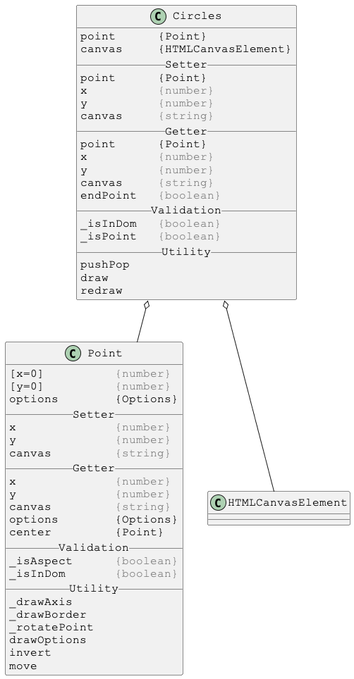
The PlantUML diagram docs/PlantUml/images/linked/Circles-linked.png in Justin-Byrne/canvasLab, before a commit.
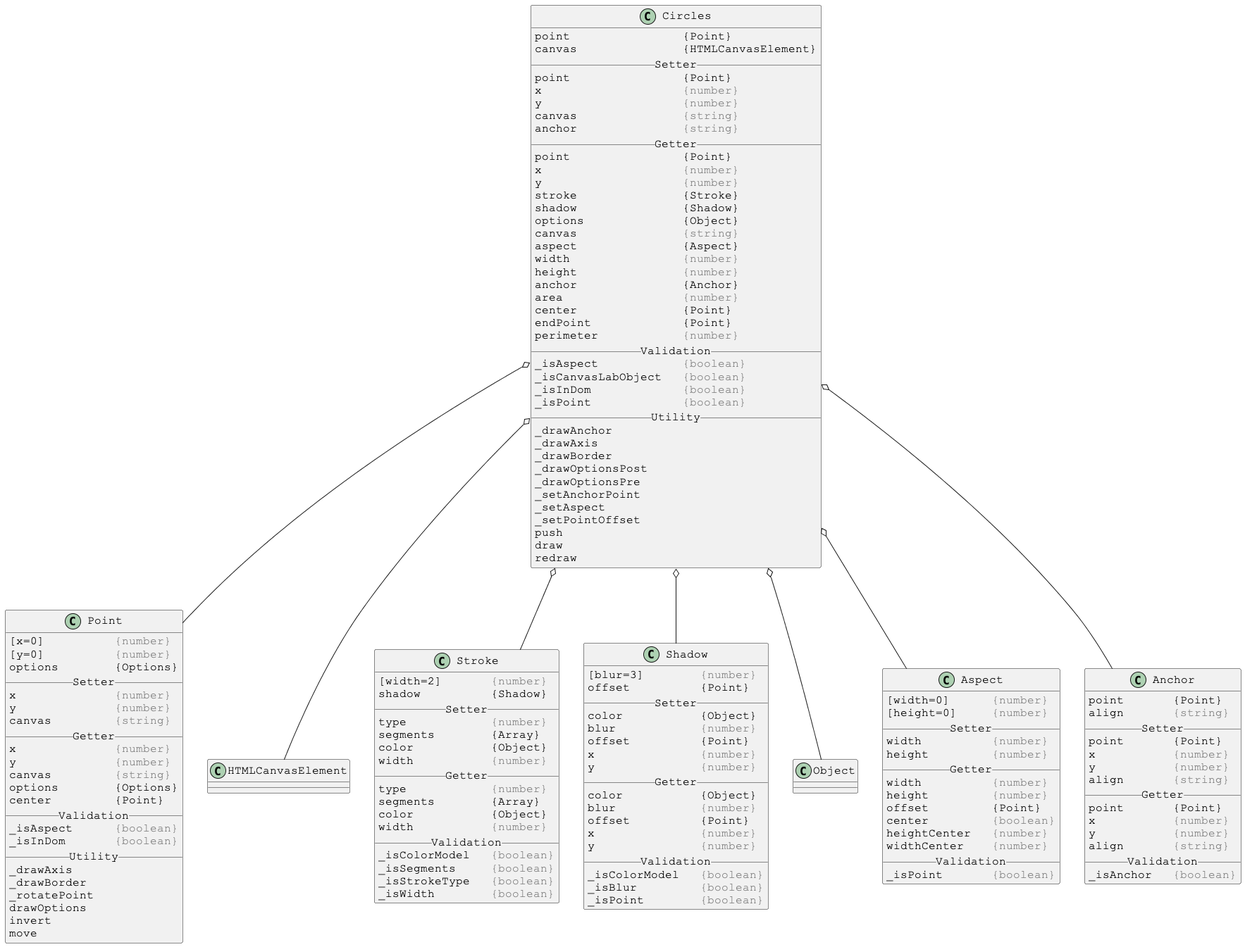
The same file after the commit.

What changed in the source:
```diff
@@ -4,30 +4,56 @@
 skinparam DefaultFontName Courier New
 
 class Circles {
-point      {Point}
-canvas     {HTMLCanvasElement}
+point                {Point}
+canvas               {HTMLCanvasElement}
 __ Setter __
-point      {Point}
-x          <color:gray>{number}</color>
-y          <color:gray>{number}</color>
-canvas     <color:gray>{string}</color>
+point                {Point}
+x                    <color:gray>{number}</color>
+y                    <color:gray>{number}</color>
+canvas               <color:gray>{string}</color>
+anchor               <color:gray>{string}</color>
 __ Getter __
-point      {Point}
-x          <color:gray>{number}</color>
-y          <color:gray>{number}</color>
-canvas     <color:gray>{string}</color>
-endPoint   <color:gray>{boolean}</color>
+point                {Point}
+x                    <color:gray>{number}</color>
+y                    <color:gray>{number}</color>
+stroke               {Stroke}
+shadow               {Shadow}
+options              {Object}
+canvas               <color:gray>{string}</color>
+aspect               {Aspect}
+width                <color:gray>{number}</color>
+height               <color:gray>{number}</color>
+anchor               {Anchor}
+area                 <color:gray>{number}</color>
+center               {Point}
+endPoint             {Point}
+perimeter            <color:gray>{number}</color>
 __ Validation __
-_isInDom   <color:gray>{boolean}</color>
-_isPoint   <color:gray>{boolean}</color>
+_isAspect            <color:gray>{boolean}</color>
+_isCanvasLabObject   <color:gray>{boolean}</color>
+_isInDom             <color:gray>{boolean}</color>
+_isPoint             <color:gray>{boolean}</color>
 __ Utility __
-pushPop
+_drawAnchor
+_drawAxis
+_drawBorder
+_drawOptionsPost
+_drawOptionsPre
+_setAnchorPoint
+_setAspect
+_setPointOffset
+push
 draw
 redraw
 }
 
 Circles o-- Point
 Circles o-- HTMLCanvasElement
+Circles o-- Stroke
+Circles o-- Shadow
+Circles o-- Object
+Circles o-- Aspect
+Circles o-- Anchor
 
 
 
@@ -60,4 +86,99 @@
 move
 }
 
+
+
+skinparam DefaultFontSize 16
+skinparam DefaultFontName Courier New
+
+class Stroke {
+[width=2]       <color:gray>{number}</color>
+shadow          {Shadow}
+__ Setter __
+type            <color:gray>{number}</color>
+segments        {Array}
+color           {Object}
+width           <color:gray>{number}</color>
+__ Getter __
+type            <color:gray>{number}</color>
+segments        {Array}
+color           {Object}
+width           <color:gray>{number}</color>
+__ Validation __
+_isColorModel   <color:gray>{boolean}</color>
+_isSegments     <color:gray>{boolean}</color>
+_isStrokeType   <color:gray>{boolean}</color>
+_isWidth        <color:gray>{boolean}</color>
+}
+
+
+
+skinparam DefaultFontSize 16
+skinparam DefaultFontName Courier New
+
+class Shadow {
+[blur=3]        <color:gray>{number}</color>
+offset          {Point}
+__ Setter __
+color           {Object}
+blur            <color:gray>{number}</color>
+offset          {Point}
+x               <color:gray>{number}</color>
+y               <color:gray>{number}</color>
+__ Getter __
+color           {Object}
+blur            <color:gray>{number}</color>
+offset          {Point}
+x               <color:gray>{number}</color>
+y               <color:gray>{number}</color>
+__ Validation __
+_isColorModel   <color:gray>{boolean}</color>
+_isBlur         <color:gray>{boolean}</color>
+_isPoint        <color:gray>{boolean}</color>
+}
+
+
+
+skinparam DefaultFontSize 16
+skinparam DefaultFontName Courier New
+
+class Aspect {
+[width=0]      <color:gray>{number}</color>
+[height=0]     <color:gray>{number}</color>
+__ Setter __
+width          <color:gray>{number}</color>
+height         <color:gray>{number}</color>
+__ Getter __
+width          <color:gray>{number}</color>
+height         <color:gray>{number}</color>
+offset         {Point}
+center         <color:gray>{boolean}</color>
+heightCenter   <color:gray>{number}</color>
+widthCenter    <color:gray>{number}</color>
+__ Validation __
+_isPoint       <color:gray>{boolean}</color>
+}
+
+
+
+skinparam DefaultFontSize 16
+skinparam DefaultFontName Courier New
+
+class Anchor {
+point       {Point}
+align       <color:gray>{string}</color>
+__ Setter __
+point       {Point}
+x           <color:gray>{number}</color>
+y           <color:gray>{number}</color>
+align       <color:gray>{string}</color>
+__ Getter __
+point       {Point}
+x           <color:gray>{number}</color>
+y           <color:gray>{number}</color>
+align       <color:gray>{string}</color>
+__ Validation __
+_isAnchor   <color:gray>{boolean}</color>
+}
+
 @enduml
```
